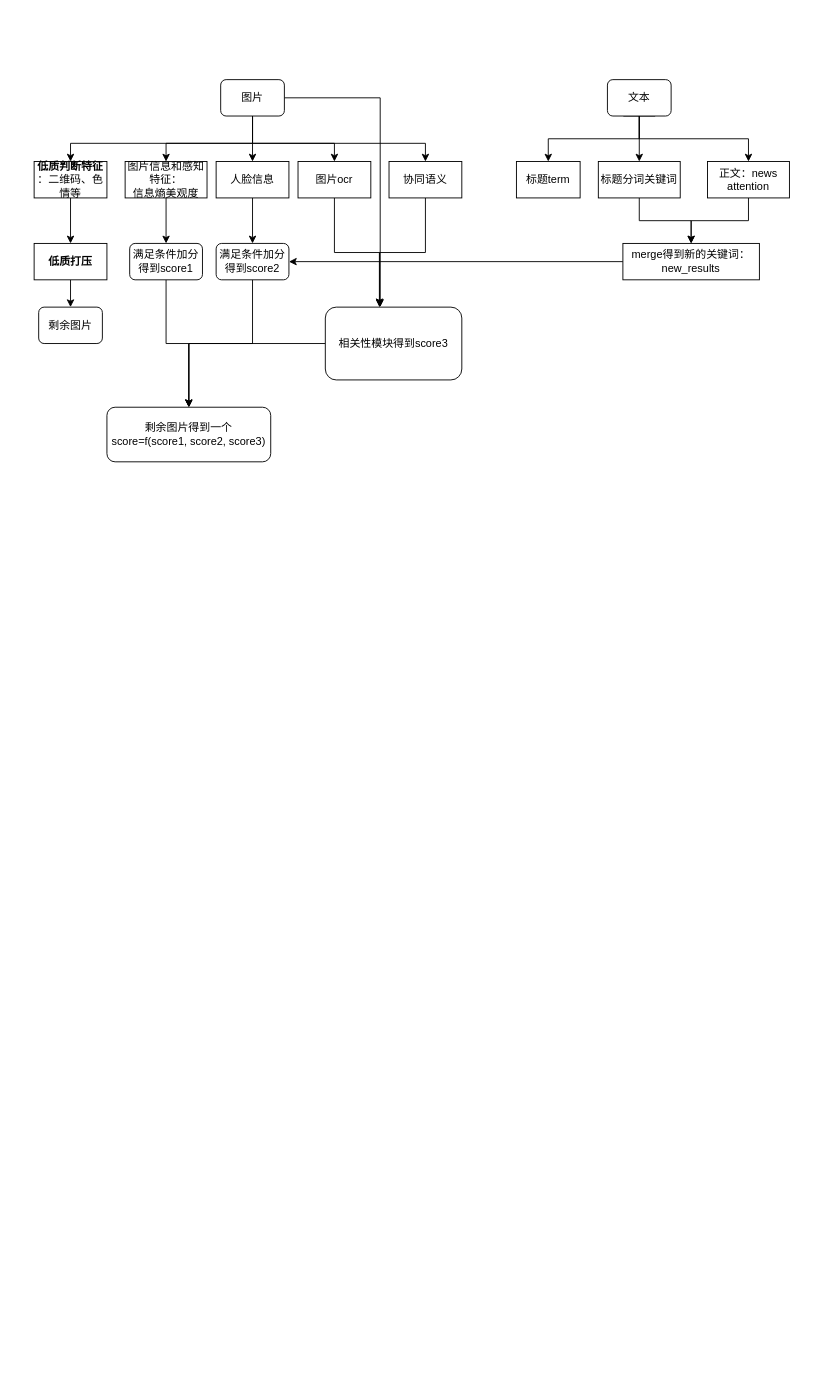
Before: feed出图.drawio in 2018liuyan/one, a draw.io diagram. Source tidied: cells renumbered, new cells numbered last; positions are measured from the earlier drawing's top-left corner, leaving out a move shared by most shapes. Both pictures are drawn from the tidied source at 91%, with x=0, y=0 at pixel (34, 79).
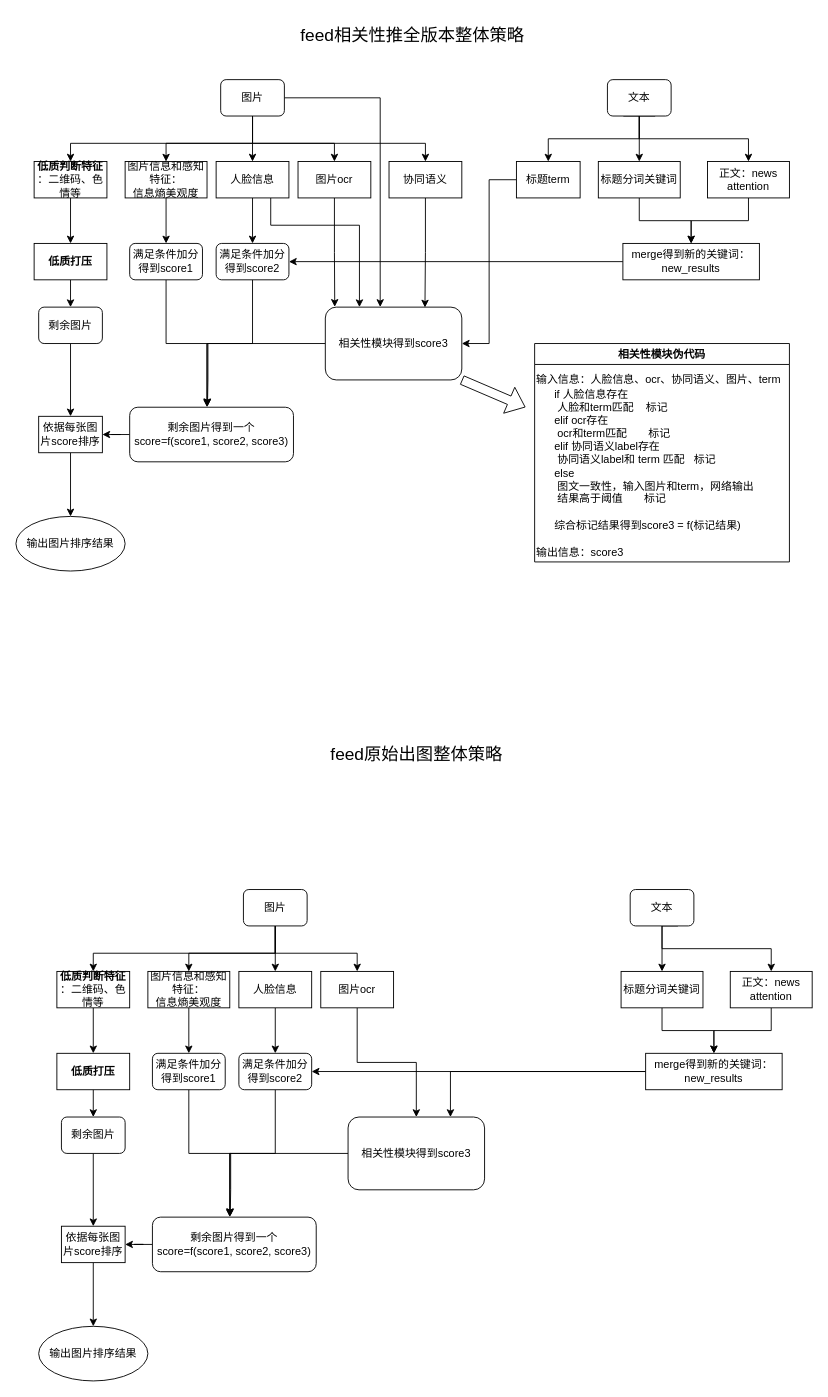
The same page after the edit.

Unchanged cells that the change refers to:
```xml
<mxCell id="14" value="人脸信息" style="rounded=0;whiteSpace=wrap;html=1;" parent="1" vertex="1">
  <mxGeometry x="200" y="90" width="80" height="40" as="geometry" />
</mxCell>
<mxCell id="16" value="图片ocr" style="rounded=0;whiteSpace=wrap;html=1;" parent="1" vertex="1">
  <mxGeometry x="290" y="90" width="80" height="40" as="geometry" />
</mxCell>
<mxCell id="18" value="协同语义" style="rounded=0;whiteSpace=wrap;html=1;" parent="1" vertex="1">
  <mxGeometry x="390" y="90" width="80" height="40" as="geometry" />
</mxCell>
<mxCell id="23" value="标题term" style="rounded=0;whiteSpace=wrap;html=1;" parent="1" vertex="1">
  <mxGeometry x="530" y="90" width="70" height="40" as="geometry" />
</mxCell>
<mxCell id="30" value="剩余图片" style="rounded=1;whiteSpace=wrap;html=1;" parent="1" vertex="1">
  <mxGeometry x="5" y="250" width="70" height="40" as="geometry" />
</mxCell>
<mxCell id="33" value="满足条件加分得到score1" style="rounded=1;whiteSpace=wrap;html=1;" parent="1" vertex="1">
  <mxGeometry x="105" y="180" width="80" height="40" as="geometry" />
</mxCell>
<mxCell id="35" value="满足条件加分得到score2" style="rounded=1;whiteSpace=wrap;html=1;" parent="1" vertex="1">
  <mxGeometry x="200" y="180" width="80" height="40" as="geometry" />
</mxCell>
<mxCell id="39" value="相关性模块得到score3" style="rounded=1;whiteSpace=wrap;html=1;" parent="1" vertex="1">
  <mxGeometry x="320" y="250" width="150" height="80" as="geometry" />
</mxCell>
```

The edit, as a diff of the source:
```diff
@@
+    <mxCell id="40" style="edgeStyle=orthogonalEdgeStyle;rounded=0;jettySize=auto;html=1;exitX=0.75;exitY=1;exitDx=0;exitDy=0;entryX=0.25;entryY=0;entryDx=0;entryDy=0;" parent="1" edge="1" source="14" target="39">
+      <mxGeometry relative="1" as="geometry">
+        <Array as="points">
+          <mxPoint x="260" y="160" />
+          <mxPoint x="357" y="160" />
+        </Array>
+      </mxGeometry>
+    </mxCell>
@@
-    <mxCell id="15" style="edgeStyle=orthogonalEdgeStyle;rounded=0;jettySize=auto;html=1;entryX=0.398;entryY=0.004;entryDx=0;entryDy=0;entryPerimeter=0;" parent="1" edge="1" source="16" target="39">
-      <mxGeometry relative="1" as="geometry">
-        <Array as="points">
-          <mxPoint x="330" y="190" />
-          <mxPoint x="380" y="190" />
-          <mxPoint x="380" y="250" />
-        </Array>
-      </mxGeometry>
+    <mxCell id="15" style="edgeStyle=orthogonalEdgeStyle;rounded=0;jettySize=auto;html=1;entryX=0.069;entryY=-0.004;entryDx=0;entryDy=0;entryPerimeter=0;" parent="1" edge="1" source="16" target="39">
+      <mxGeometry relative="1" as="geometry" />
     </mxCell>
@@
-    <mxCell id="17" style="edgeStyle=orthogonalEdgeStyle;rounded=0;jettySize=auto;html=1;entryX=0.396;entryY=-0.012;entryDx=0;entryDy=0;entryPerimeter=0;" parent="1" edge="1" source="18" target="39">
-      <mxGeometry relative="1" as="geometry">
-        <Array as="points">
-          <mxPoint x="430" y="190" />
-          <mxPoint x="380" y="190" />
-          <mxPoint x="380" y="250" />
-          <mxPoint x="379" y="250" />
-        </Array>
-      </mxGeometry>
+    <mxCell id="17" style="edgeStyle=orthogonalEdgeStyle;rounded=0;jettySize=auto;html=1;entryX=0.73;entryY=0.005;entryDx=0;entryDy=0;entryPerimeter=0;" parent="1" edge="1" source="18" target="39">
+      <mxGeometry relative="1" as="geometry" />
     </mxCell>
@@
+    <mxCell id="41" style="edgeStyle=orthogonalEdgeStyle;rounded=0;jettySize=auto;html=1;entryX=1;entryY=0.5;entryDx=0;entryDy=0;" parent="1" edge="1" source="23" target="39">
+      <mxGeometry relative="1" as="geometry" />
+    </mxCell>
@@
+    <mxCell id="42" style="edgeStyle=orthogonalEdgeStyle;rounded=0;jettySize=auto;html=1;" parent="1" edge="1" source="30" target="45">
+      <mxGeometry relative="1" as="geometry" />
+    </mxCell>
@@
+    <mxCell id="43" style="edgeStyle=orthogonalEdgeStyle;rounded=0;jettySize=auto;html=1;entryX=1;entryY=0.5;entryDx=0;entryDy=0;" parent="1" edge="1" source="31" target="45">
+      <mxGeometry relative="1" as="geometry" />
+    </mxCell>
     <mxCell id="31" value="剩余图片得到一个score=f(score1, score2, score3)" style="rounded=1;whiteSpace=wrap;html=1;" parent="1" vertex="1">
-      <mxGeometry x="80" y="360" width="180" height="60" as="geometry" />
+      <mxGeometry x="105" y="360" width="180" height="60" as="geometry" />
     </mxCell>
-    <mxCell id="32" style="edgeStyle=orthogonalEdgeStyle;rounded=0;jettySize=auto;html=1;exitX=0.5;exitY=1;exitDx=0;exitDy=0;" parent="1" edge="1" source="33">
+    <mxCell id="32" style="edgeStyle=orthogonalEdgeStyle;rounded=0;jettySize=auto;html=1;exitX=0.5;exitY=1;exitDx=0;exitDy=0;entryX=0.475;entryY=-0.017;entryDx=0;entryDy=0;entryPerimeter=0;" parent="1" edge="1" source="33" target="31">
       <mxGeometry relative="1" as="geometry">
-        <mxPoint x="170" y="360" as="targetPoint" />
         <Array as="points">
           <mxPoint x="145" y="290" />
-          <mxPoint x="170" y="290" />
-          <mxPoint x="170" y="330" />
+          <mxPoint x="191" y="290" />
+          <mxPoint x="191" y="330" />
         </Array>
       </mxGeometry>
     </mxCell>
@@
-    <mxCell id="34" style="edgeStyle=orthogonalEdgeStyle;rounded=0;jettySize=auto;html=1;entryX=0.5;entryY=0;entryDx=0;entryDy=0;" parent="1" edge="1" source="35" target="31">
+    <mxCell id="34" style="edgeStyle=orthogonalEdgeStyle;rounded=0;jettySize=auto;html=1;entryX=0.472;entryY=-0.017;entryDx=0;entryDy=0;entryPerimeter=0;" parent="1" edge="1" source="35" target="31">
       <mxGeometry relative="1" as="geometry">
         <Array as="points">
           <mxPoint x="240" y="290" />
-          <mxPoint x="170" y="290" />
+          <mxPoint x="190" y="290" />
         </Array>
       </mxGeometry>
     </mxCell>
@@
-    <mxCell id="38" style="edgeStyle=orthogonalEdgeStyle;rounded=0;jettySize=auto;html=1;entryX=0.5;entryY=0;entryDx=0;entryDy=0;" parent="1" edge="1" source="39" target="31">
+    <mxCell id="38" style="edgeStyle=orthogonalEdgeStyle;rounded=0;jettySize=auto;html=1;" parent="1" edge="1" source="39">
       <mxGeometry relative="1" as="geometry">
+        <mxPoint x="190" y="360" as="targetPoint" />
         <Array as="points">
-          <mxPoint x="170" y="290" />
+          <mxPoint x="190" y="290" />
+          <mxPoint x="190" y="360" />
         </Array>
       </mxGeometry>
     </mxCell>
@@
+    <mxCell id="44" style="edgeStyle=orthogonalEdgeStyle;rounded=0;jettySize=auto;html=1;" parent="1" edge="1" source="45" target="46">
+      <mxGeometry relative="1" as="geometry" />
+    </mxCell>
+    <mxCell id="45" value="依据每张图片score排序" style="rounded=0;whiteSpace=wrap;html=1;align=center;" parent="1" vertex="1">
+      <mxGeometry x="5" y="370" width="70" height="40" as="geometry" />
+    </mxCell>
+    <mxCell id="46" value="输出图片排序结果" style="ellipse;whiteSpace=wrap;html=1;rounded=0;" parent="1" vertex="1">
+      <mxGeometry x="-20" y="480" width="120" height="60" as="geometry" />
+    </mxCell>
+    <mxCell id="47" style="shape=flexArrow;endArrow=classic;html=1;rounded=0;" parent="1" edge="1">
+      <mxGeometry relative="1" as="geometry">
+        <mxPoint x="470" y="330" as="sourcePoint" />
+        <mxPoint x="540" y="360" as="targetPoint" />
+      </mxGeometry>
+    </mxCell>
+    <mxCell id="48" value="相关性模块伪代码" style="swimlane;align=center;" parent="1" vertex="1">
+      <mxGeometry x="550" y="290" width="280" height="240" as="geometry" />
+    </mxCell>
+    <mxCell id="49" value="if 人脸信息存在&lt;br&gt;&lt;span style=&quot;white-space: pre&quot;&gt; &lt;/span&gt;人脸和term匹配&amp;nbsp; &amp;nbsp; 标记&lt;br&gt;elif ocr存在&lt;br&gt;&lt;span style=&quot;white-space: pre&quot;&gt; &lt;/span&gt;ocr和term匹配&amp;nbsp; &amp;nbsp; &amp;nbsp; &amp;nbsp;标记&lt;br&gt;elif 协同语义label存在&lt;br&gt;&lt;span style=&quot;white-space: pre&quot;&gt; &lt;/span&gt;协同语义label和 term 匹配&amp;nbsp; &amp;nbsp;标记&lt;br&gt;else&lt;br&gt;&lt;span style=&quot;white-space: pre&quot;&gt; &lt;/span&gt;图文一致性，输入图片和term，网络输出&lt;br&gt;&lt;span style=&quot;white-space: pre&quot;&gt; &lt;/span&gt;结果高于阈值&amp;nbsp; &amp;nbsp; &amp;nbsp; &amp;nbsp;标记&lt;br&gt;&lt;br&gt;综合标记结果得到score3 = f(标记结果)&lt;br&gt;&amp;nbsp;&amp;nbsp;" style="text;html=1;align=left;verticalAlign=middle;strokeColor=none;fillColor=none;" parent="48" vertex="1">
+      <mxGeometry x="20" y="50" width="260" height="170" as="geometry" />
+    </mxCell>
+    <mxCell id="50" value="输入信息：人脸信息、ocr、协同语义、图片、term" style="text;html=1;align=left;verticalAlign=middle;strokeColor=none;fillColor=none;" parent="48" vertex="1">
+      <mxGeometry y="30" width="280" height="20" as="geometry" />
+    </mxCell>
+    <mxCell id="51" value="输出信息：score3" style="text;html=1;align=left;verticalAlign=middle;strokeColor=none;fillColor=none;" parent="48" vertex="1">
+      <mxGeometry y="220" width="110" height="20" as="geometry" />
+    </mxCell>
+    <mxCell id="52" value="feed相关性推全版本整体策略" style="text;strokeColor=none;fillColor=none;align=left;verticalAlign=middle;spacingLeft=4;spacingRight=4;overflow=hidden;fontSize=19;" parent="1" vertex="1">
+      <mxGeometry x="287" y="-70" width="360" height="40" as="geometry" />
+    </mxCell>
+    <mxCell id="53" value="feed原始出图整体策略" style="text;strokeColor=none;fillColor=none;align=left;verticalAlign=middle;spacingLeft=4;spacingRight=4;overflow=hidden;fontSize=19;" parent="1" vertex="1">
+      <mxGeometry x="320" y="720" width="360" height="40" as="geometry" />
+    </mxCell>
+    <mxCell id="54" style="edgeStyle=orthogonalEdgeStyle;rounded=0;jettySize=auto;html=1;exitX=0.5;exitY=1;exitDx=0;exitDy=0;entryX=0.5;entryY=0;entryDx=0;entryDy=0;" parent="1" edge="1" source="58" target="60">
+      <mxGeometry relative="1" as="geometry">
+        <Array as="points">
+          <mxPoint x="265" y="960" />
+          <mxPoint x="65" y="960" />
+        </Array>
+      </mxGeometry>
+    </mxCell>
+    <mxCell id="55" style="edgeStyle=orthogonalEdgeStyle;rounded=0;jettySize=auto;html=1;exitX=0.5;exitY=1;exitDx=0;exitDy=0;entryX=0.5;entryY=0;entryDx=0;entryDy=0;" parent="1" edge="1" source="58" target="62">
+      <mxGeometry relative="1" as="geometry">
+        <Array as="points">
+          <mxPoint x="265" y="960" />
+          <mxPoint x="170" y="960" />
+        </Array>
+      </mxGeometry>
+    </mxCell>
+    <mxCell id="56" style="edgeStyle=orthogonalEdgeStyle;rounded=0;jettySize=auto;html=1;exitX=0.5;exitY=1;exitDx=0;exitDy=0;entryX=0.5;entryY=0;entryDx=0;entryDy=0;" parent="1" edge="1" source="58" target="64">
+      <mxGeometry relative="1" as="geometry">
+        <Array as="points">
+          <mxPoint x="265" y="940" />
+          <mxPoint x="265" y="940" />
+        </Array>
+      </mxGeometry>
+    </mxCell>
+    <mxCell id="57" style="edgeStyle=orthogonalEdgeStyle;rounded=0;jettySize=auto;html=1;exitX=0.5;exitY=1;exitDx=0;exitDy=0;entryX=0.5;entryY=0;entryDx=0;entryDy=0;" parent="1" edge="1" source="58" target="66">
+      <mxGeometry relative="1" as="geometry">
+        <Array as="points">
+          <mxPoint x="265" y="960" />
+          <mxPoint x="355" y="960" />
+        </Array>
+      </mxGeometry>
+    </mxCell>
+    <mxCell id="58" value="图片" style="rounded=1;whiteSpace=wrap;html=1;" parent="1" vertex="1">
+      <mxGeometry x="230" y="890" width="70" height="40" as="geometry" />
+    </mxCell>
+    <mxCell id="59" style="edgeStyle=orthogonalEdgeStyle;rounded=0;jettySize=auto;html=1;exitX=0.5;exitY=1;exitDx=0;exitDy=0;entryX=0.5;entryY=0;entryDx=0;entryDy=0;" parent="1" edge="1" source="60" target="75">
+      <mxGeometry relative="1" as="geometry" />
+    </mxCell>
+    <mxCell id="60" value="&lt;b&gt;低质判断特征&lt;br&gt;&lt;/b&gt;：二维码、色情等" style="rounded=0;whiteSpace=wrap;html=1;" parent="1" vertex="1">
+      <mxGeometry x="25" y="980" width="80" height="40" as="geometry" />
+    </mxCell>
+    <mxCell id="61" style="edgeStyle=orthogonalEdgeStyle;rounded=0;jettySize=auto;html=1;" parent="1" edge="1" source="62" target="81">
+      <mxGeometry relative="1" as="geometry" />
+    </mxCell>
+    <mxCell id="62" value="图片信息和感知特征：&lt;br&gt;信息熵美观度" style="rounded=0;whiteSpace=wrap;html=1;" parent="1" vertex="1">
+      <mxGeometry x="125" y="980" width="90" height="40" as="geometry" />
+    </mxCell>
+    <mxCell id="63" style="edgeStyle=orthogonalEdgeStyle;rounded=0;jettySize=auto;html=1;" parent="1" edge="1" source="64" target="83">
+      <mxGeometry relative="1" as="geometry" />
+    </mxCell>
+    <mxCell id="64" value="人脸信息" style="rounded=0;whiteSpace=wrap;html=1;" parent="1" vertex="1">
+      <mxGeometry x="225" y="980" width="80" height="40" as="geometry" />
+    </mxCell>
+    <mxCell id="65" style="edgeStyle=orthogonalEdgeStyle;rounded=0;jettySize=auto;html=1;entryX=0.5;entryY=0;entryDx=0;entryDy=0;fontSize=19;" parent="1" edge="1" source="66" target="88">
+      <mxGeometry relative="1" as="geometry" />
+    </mxCell>
+    <mxCell id="66" value="图片ocr" style="rounded=0;whiteSpace=wrap;html=1;" parent="1" vertex="1">
+      <mxGeometry x="315" y="980" width="80" height="40" as="geometry" />
+    </mxCell>
+    <mxCell id="67" style="edgeStyle=orthogonalEdgeStyle;rounded=0;jettySize=auto;html=1;" parent="1" edge="1" source="69" target="71">
+      <mxGeometry relative="1" as="geometry" />
+    </mxCell>
+    <mxCell id="68" style="edgeStyle=orthogonalEdgeStyle;rounded=0;jettySize=auto;html=1;exitX=0.75;exitY=1;exitDx=0;exitDy=0;entryX=0.5;entryY=0;entryDx=0;entryDy=0;" parent="1" edge="1" source="69" target="73">
+      <mxGeometry relative="1" as="geometry">
+        <Array as="points">
+          <mxPoint x="690" y="930" />
+          <mxPoint x="690" y="955" />
+          <mxPoint x="810" y="955" />
+        </Array>
+      </mxGeometry>
+    </mxCell>
+    <mxCell id="69" value="文本" style="rounded=1;whiteSpace=wrap;html=1;" parent="1" vertex="1">
+      <mxGeometry x="655" y="890" width="70" height="40" as="geometry" />
+    </mxCell>
+    <mxCell id="70" style="edgeStyle=orthogonalEdgeStyle;rounded=0;jettySize=auto;html=1;exitX=0.5;exitY=1;exitDx=0;exitDy=0;" parent="1" edge="1" source="71" target="86">
+      <mxGeometry relative="1" as="geometry" />
+    </mxCell>
+    <mxCell id="71" value="标题分词关键词" style="rounded=0;whiteSpace=wrap;html=1;" parent="1" vertex="1">
+      <mxGeometry x="645" y="980" width="90" height="40" as="geometry" />
+    </mxCell>
+    <mxCell id="72" style="edgeStyle=orthogonalEdgeStyle;rounded=0;jettySize=auto;html=1;" parent="1" edge="1" source="73" target="86">
+      <mxGeometry relative="1" as="geometry" />
+    </mxCell>
+    <mxCell id="73" value="正文：news attention" style="rounded=0;whiteSpace=wrap;html=1;" parent="1" vertex="1">
+      <mxGeometry x="765" y="980" width="90" height="40" as="geometry" />
+    </mxCell>
+    <mxCell id="74" style="edgeStyle=orthogonalEdgeStyle;rounded=0;jettySize=auto;html=1;exitX=0.5;exitY=1;exitDx=0;exitDy=0;entryX=0.5;entryY=0;entryDx=0;entryDy=0;" parent="1" edge="1" source="75" target="77">
+      <mxGeometry relative="1" as="geometry" />
+    </mxCell>
+    <mxCell id="75" value="&lt;b&gt;低质打压&lt;/b&gt;" style="rounded=0;whiteSpace=wrap;html=1;" parent="1" vertex="1">
+      <mxGeometry x="25" y="1070" width="80" height="40" as="geometry" />
+    </mxCell>
+    <mxCell id="76" style="edgeStyle=orthogonalEdgeStyle;rounded=0;jettySize=auto;html=1;" parent="1" edge="1" source="77" target="90">
+      <mxGeometry relative="1" as="geometry" />
+    </mxCell>
+    <mxCell id="77" value="剩余图片" style="rounded=1;whiteSpace=wrap;html=1;" parent="1" vertex="1">
+      <mxGeometry x="30" y="1140" width="70" height="40" as="geometry" />
+    </mxCell>
+    <mxCell id="78" style="edgeStyle=orthogonalEdgeStyle;rounded=0;jettySize=auto;html=1;entryX=1;entryY=0.5;entryDx=0;entryDy=0;" parent="1" edge="1" source="79" target="90">
+      <mxGeometry relative="1" as="geometry" />
+    </mxCell>
+    <mxCell id="79" value="剩余图片得到一个score=f(score1, score2, score3)" style="rounded=1;whiteSpace=wrap;html=1;" parent="1" vertex="1">
+      <mxGeometry x="130" y="1250" width="180" height="60" as="geometry" />
+    </mxCell>
+    <mxCell id="80" style="edgeStyle=orthogonalEdgeStyle;rounded=0;jettySize=auto;html=1;exitX=0.5;exitY=1;exitDx=0;exitDy=0;entryX=0.475;entryY=-0.017;entryDx=0;entryDy=0;entryPerimeter=0;" parent="1" edge="1" source="81" target="79">
+      <mxGeometry relative="1" as="geometry">
+        <Array as="points">
+          <mxPoint x="170" y="1180" />
+          <mxPoint x="216" y="1180" />
+          <mxPoint x="216" y="1220" />
+        </Array>
+      </mxGeometry>
+    </mxCell>
+    <mxCell id="81" value="满足条件加分得到score1" style="rounded=1;whiteSpace=wrap;html=1;" parent="1" vertex="1">
+      <mxGeometry x="130" y="1070" width="80" height="40" as="geometry" />
+    </mxCell>
+    <mxCell id="82" style="edgeStyle=orthogonalEdgeStyle;rounded=0;jettySize=auto;html=1;entryX=0.472;entryY=-0.017;entryDx=0;entryDy=0;entryPerimeter=0;" parent="1" edge="1" source="83" target="79">
+      <mxGeometry relative="1" as="geometry">
+        <Array as="points">
+          <mxPoint x="265" y="1180" />
+          <mxPoint x="215" y="1180" />
+        </Array>
+      </mxGeometry>
+    </mxCell>
+    <mxCell id="83" value="满足条件加分得到score2" style="rounded=1;whiteSpace=wrap;html=1;" parent="1" vertex="1">
+      <mxGeometry x="225" y="1070" width="80" height="40" as="geometry" />
+    </mxCell>
+    <mxCell id="84" style="edgeStyle=orthogonalEdgeStyle;rounded=0;jettySize=auto;html=1;" parent="1" edge="1" source="86">
+      <mxGeometry relative="1" as="geometry">
+        <mxPoint x="305" y="1090" as="targetPoint" />
+        <Array as="points">
+          <mxPoint x="305" y="1090" />
+        </Array>
+      </mxGeometry>
+    </mxCell>
+    <mxCell id="85" style="edgeStyle=orthogonalEdgeStyle;rounded=0;jettySize=auto;html=1;entryX=0.75;entryY=0;entryDx=0;entryDy=0;fontSize=19;" parent="1" edge="1" source="86" target="88">
+      <mxGeometry relative="1" as="geometry" />
+    </mxCell>
+    <mxCell id="86" value="merge得到新的关键词：new_results" style="rounded=0;whiteSpace=wrap;html=1;" parent="1" vertex="1">
+      <mxGeometry x="672" y="1070" width="150" height="40" as="geometry" />
+    </mxCell>
+    <mxCell id="87" style="edgeStyle=orthogonalEdgeStyle;rounded=0;jettySize=auto;html=1;" parent="1" edge="1" source="88">
+      <mxGeometry relative="1" as="geometry">
+        <mxPoint x="215" y="1250" as="targetPoint" />
+        <Array as="points">
+          <mxPoint x="215" y="1180" />
+          <mxPoint x="215" y="1250" />
+        </Array>
+      </mxGeometry>
+    </mxCell>
+    <mxCell id="88" value="相关性模块得到score3" style="rounded=1;whiteSpace=wrap;html=1;" parent="1" vertex="1">
+      <mxGeometry x="345" y="1140" width="150" height="80" as="geometry" />
+    </mxCell>
+    <mxCell id="89" style="edgeStyle=orthogonalEdgeStyle;rounded=0;jettySize=auto;html=1;" parent="1" edge="1" source="90" target="91">
+      <mxGeometry relative="1" as="geometry" />
+    </mxCell>
+    <mxCell id="90" value="依据每张图片score排序" style="rounded=0;whiteSpace=wrap;html=1;align=center;" parent="1" vertex="1">
+      <mxGeometry x="30" y="1260" width="70" height="40" as="geometry" />
+    </mxCell>
+    <mxCell id="91" value="输出图片排序结果" style="ellipse;whiteSpace=wrap;html=1;rounded=0;" parent="1" vertex="1">
+      <mxGeometry x="5" y="1370" width="120" height="60" as="geometry" />
+    </mxCell>
```
